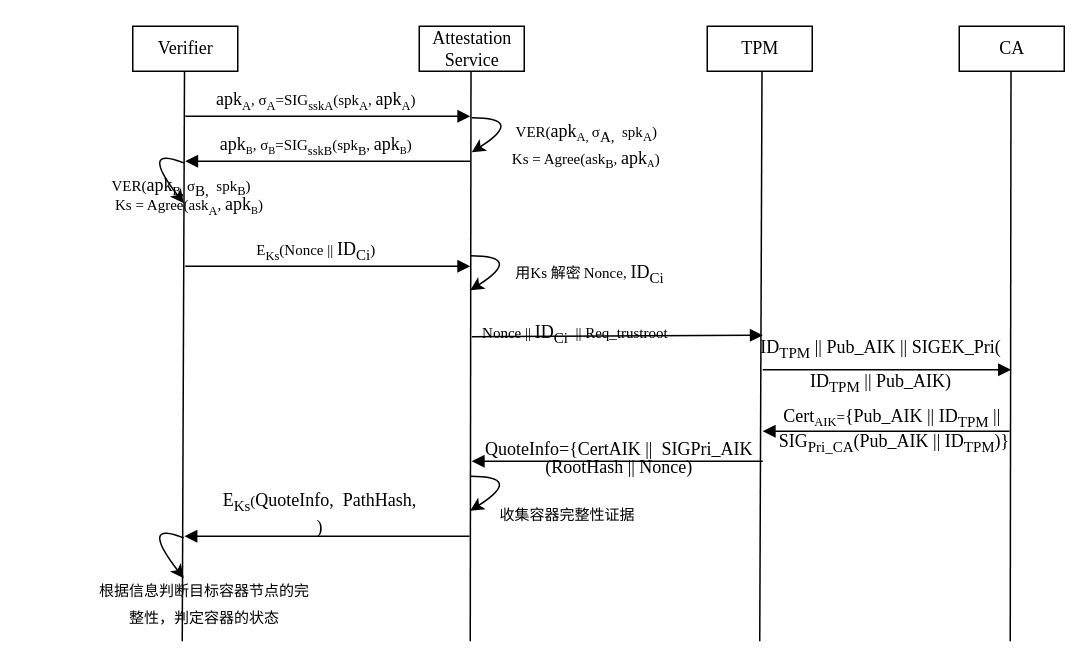
The draw.io diagram remote attestation Diagram.drawio in dessertss/Scytale, before the edit. Source tidied: cells renumbered, new cells numbered last; positions are measured from the earlier drawing's top-left corner, leaving out a move shared by most shapes. Both pictures are drawn from the tidied source at 150%, with x=0, y=0 at pixel (24, 26).
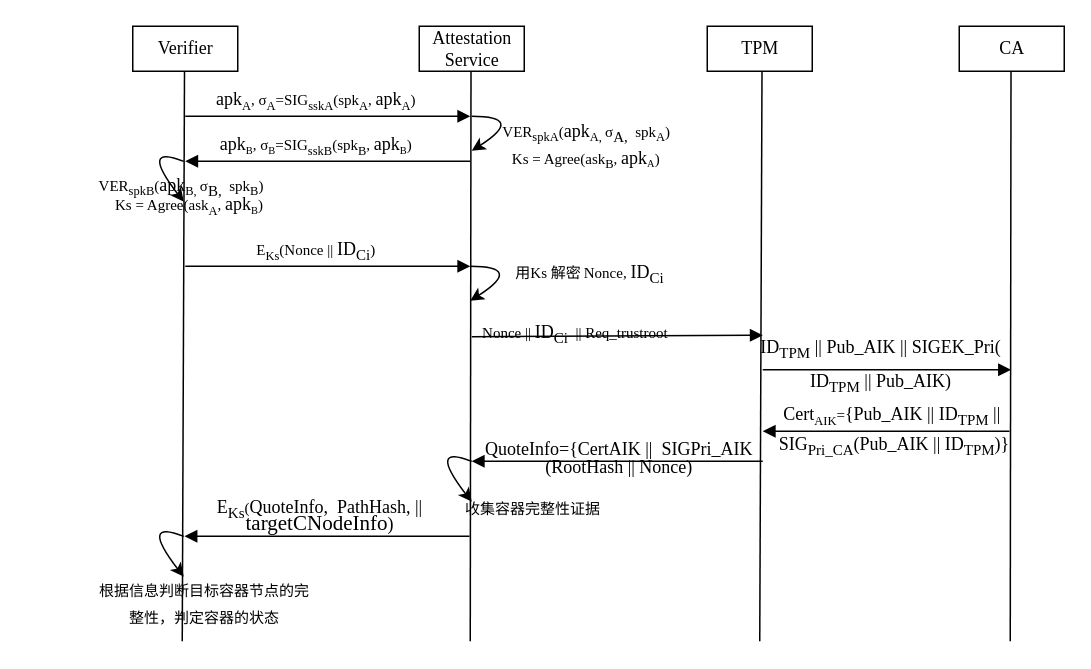
The same page after the edit.

The edit, as a diff of the source:
```diff
@@
     <mxCell id="4" style="curved=1;endArrow=classic;html=1;rounded=0;fontColor=default;exitX=0.5;exitY=0.607;exitDx=0;exitDy=0;exitPerimeter=0;strokeColor=default;labelBackgroundColor=default;" parent="1" edge="1">
       <mxGeometry relative="1" as="geometry">
-        <mxPoint x="106" y="91.1" as="sourcePoint" />
-        <mxPoint x="106" y="118" as="targetPoint" />
+        <mxPoint x="106" y="90.1" as="sourcePoint" />
+        <mxPoint x="106" y="117" as="targetPoint" />
         <Array as="points">
-          <mxPoint x="76" y="79" />
+          <mxPoint x="76" y="78" />
         </Array>
       </mxGeometry>
     </mxCell>
@@
     <mxCell id="15" style="curved=1;endArrow=classic;html=1;rounded=0;fontColor=default;strokeColor=default;labelBackgroundColor=default;entryX=0.957;entryY=1;entryDx=0;entryDy=0;entryPerimeter=0;" parent="1" edge="1">
       <mxGeometry relative="1" as="geometry">
-        <mxPoint x="298" y="61" as="sourcePoint" />
-        <mxPoint x="298" y="84" as="targetPoint" />
+        <mxPoint x="298" y="60" as="sourcePoint" />
+        <mxPoint x="298" y="83" as="targetPoint" />
         <Array as="points">
-          <mxPoint x="334" y="61" />
+          <mxPoint x="334" y="60" />
         </Array>
       </mxGeometry>
     </mxCell>
-    <mxCell id="16" value="&lt;span style=&quot;font-size: 10px&quot;&gt;VER(&lt;/span&gt;apk&lt;span style=&quot;font-size: 10px&quot;&gt;&lt;sub&gt;B,&amp;nbsp;&lt;/sub&gt;&lt;/span&gt;&lt;span style=&quot;font-size: 10px&quot;&gt;σ&lt;/span&gt;&lt;sub&gt;B,&amp;nbsp;&amp;nbsp;&lt;/sub&gt;&lt;span style=&quot;font-size: 10px&quot;&gt;spk&lt;sub&gt;B&lt;/sub&gt;&lt;/span&gt;&lt;span style=&quot;font-size: 10px&quot;&gt;)&lt;/span&gt;&lt;span style=&quot;font-size: 8px&quot;&gt;&lt;sub&gt;&amp;nbsp;&lt;/sub&gt;&lt;/span&gt;&lt;sub&gt;&lt;span style=&quot;font-size: 8px&quot;&gt;&lt;br&gt;&lt;/span&gt;&lt;/sub&gt;" style="rounded=0;whiteSpace=wrap;html=1;fontFamily=Times New Roman;fontColor=default;strokeColor=none;fillColor=none;" parent="1" vertex="1">
+    <mxCell id="16" value="&lt;span style=&quot;font-size: 10px&quot;&gt;VER&lt;sub&gt;spkB&lt;/sub&gt;(&lt;/span&gt;apk&lt;span style=&quot;font-size: 10px&quot;&gt;&lt;sub&gt;B,&amp;nbsp;&lt;/sub&gt;&lt;/span&gt;&lt;span style=&quot;font-size: 10px&quot;&gt;σ&lt;/span&gt;&lt;sub&gt;B,&amp;nbsp;&amp;nbsp;&lt;/sub&gt;&lt;span style=&quot;font-size: 10px&quot;&gt;spk&lt;sub&gt;B&lt;/sub&gt;&lt;/span&gt;&lt;span style=&quot;font-size: 10px&quot;&gt;)&lt;/span&gt;&lt;span style=&quot;font-size: 8px&quot;&gt;&lt;sub&gt;&amp;nbsp;&lt;/sub&gt;&lt;/span&gt;&lt;sub&gt;&lt;span style=&quot;font-size: 8px&quot;&gt;&lt;br&gt;&lt;/span&gt;&lt;/sub&gt;" style="rounded=0;whiteSpace=wrap;html=1;fontFamily=Times New Roman;fontColor=default;strokeColor=none;fillColor=none;" parent="1" vertex="1">
       <mxGeometry x="0.5" y="97" width="209" height="20" as="geometry" />
     </mxCell>
@@
-    <mxCell id="18" value="&lt;span style=&quot;font-size: 10px&quot;&gt;VER(&lt;/span&gt;apk&lt;span style=&quot;font-size: 10px&quot;&gt;&lt;sub&gt;A,&amp;nbsp;&lt;/sub&gt;&lt;/span&gt;&lt;span style=&quot;font-size: 10px&quot;&gt;σ&lt;/span&gt;&lt;sub&gt;A,&amp;nbsp;&amp;nbsp;&lt;/sub&gt;&lt;span style=&quot;font-size: 10px&quot;&gt;spk&lt;sub&gt;A&lt;/sub&gt;&lt;/span&gt;&lt;span style=&quot;font-size: 10px&quot;&gt;)&lt;/span&gt;&lt;span style=&quot;font-size: 8px&quot;&gt;&lt;sub&gt;&amp;nbsp;&amp;nbsp;&lt;br&gt;&lt;/sub&gt;&lt;/span&gt;&lt;span style=&quot;font-size: 10px&quot;&gt;Ks = Agree(ask&lt;sub&gt;B&lt;/sub&gt;&lt;/span&gt;&lt;span style=&quot;font-size: 10px&quot;&gt;,&amp;nbsp;&lt;/span&gt;apk&lt;span style=&quot;font-size: 8.33333px&quot;&gt;&lt;sub&gt;A&lt;/sub&gt;&lt;/span&gt;&lt;span style=&quot;font-size: 10px&quot;&gt;)&lt;/span&gt;&lt;sub&gt;&lt;span style=&quot;font-size: 8px&quot;&gt;&amp;nbsp;&amp;nbsp;&lt;/span&gt;&lt;/sub&gt;&lt;sub&gt;&lt;span style=&quot;font-size: 8px&quot;&gt;&lt;br&gt;&lt;/span&gt;&lt;/sub&gt;" style="rounded=0;whiteSpace=wrap;html=1;fontFamily=Times New Roman;fontColor=default;strokeColor=none;fillColor=none;" parent="1" vertex="1">
+    <mxCell id="18" value="&lt;span style=&quot;font-size: 10px&quot;&gt;VER&lt;sub&gt;spkA&lt;/sub&gt;(&lt;/span&gt;apk&lt;span style=&quot;font-size: 10px&quot;&gt;&lt;sub&gt;A,&amp;nbsp;&lt;/sub&gt;&lt;/span&gt;&lt;span style=&quot;font-size: 10px&quot;&gt;σ&lt;/span&gt;&lt;sub&gt;A,&amp;nbsp;&amp;nbsp;&lt;/sub&gt;&lt;span style=&quot;font-size: 10px&quot;&gt;spk&lt;sub&gt;A&lt;/sub&gt;&lt;/span&gt;&lt;span style=&quot;font-size: 10px&quot;&gt;)&lt;/span&gt;&lt;span style=&quot;font-size: 8px&quot;&gt;&lt;sub&gt;&amp;nbsp;&amp;nbsp;&lt;br&gt;&lt;/sub&gt;&lt;/span&gt;&lt;span style=&quot;font-size: 10px&quot;&gt;Ks = Agree(ask&lt;sub&gt;B&lt;/sub&gt;&lt;/span&gt;&lt;span style=&quot;font-size: 10px&quot;&gt;,&amp;nbsp;&lt;/span&gt;apk&lt;span style=&quot;font-size: 8.33333px&quot;&gt;&lt;sub&gt;A&lt;/sub&gt;&lt;/span&gt;&lt;span style=&quot;font-size: 10px&quot;&gt;)&lt;/span&gt;&lt;sub&gt;&lt;span style=&quot;font-size: 8px&quot;&gt;&amp;nbsp;&amp;nbsp;&lt;/span&gt;&lt;/sub&gt;&lt;sub&gt;&lt;span style=&quot;font-size: 8px&quot;&gt;&lt;br&gt;&lt;/span&gt;&lt;/sub&gt;" style="rounded=0;whiteSpace=wrap;html=1;fontFamily=Times New Roman;fontColor=default;strokeColor=none;fillColor=none;" parent="1" vertex="1">
       <mxGeometry x="272" y="70" width="209" height="20" as="geometry" />
     </mxCell>
@@
     <mxCell id="22" style="curved=1;endArrow=classic;html=1;rounded=0;fontColor=default;strokeColor=default;labelBackgroundColor=default;entryX=0.957;entryY=1;entryDx=0;entryDy=0;entryPerimeter=0;" parent="1" edge="1">
       <mxGeometry relative="1" as="geometry">
-        <mxPoint x="297" y="153" as="sourcePoint" />
-        <mxPoint x="297" y="176" as="targetPoint" />
+        <mxPoint x="297" y="160" as="sourcePoint" />
+        <mxPoint x="297" y="183" as="targetPoint" />
         <Array as="points">
-          <mxPoint x="333" y="153" />
+          <mxPoint x="333" y="160" />
         </Array>
       </mxGeometry>
     </mxCell>
@@
-    <mxCell id="28" value="&lt;p class=&quot;MsoNormal&quot; style=&quot;line-height: 0&quot;&gt;Cert&lt;span style=&quot;font-size: 10px&quot;&gt;&lt;sub&gt;AIK&lt;/sub&gt;=&lt;/span&gt;&lt;font style=&quot;font-size: 12px&quot;&gt;{Pub_AIK || ID&lt;sub&gt;TPM&lt;/sub&gt; ||&amp;nbsp;&lt;/font&gt;&lt;/p&gt;&lt;p class=&quot;MsoNormal&quot; style=&quot;line-height: 0&quot;&gt;&lt;font style=&quot;font-size: 12px&quot;&gt;SIG&lt;sub&gt;Pri_CA&lt;/sub&gt;(Pub_AIK || ID&lt;sub&gt;TPM&lt;/sub&gt;)}&lt;/font&gt;&lt;/p&gt;" style="rounded=0;whiteSpace=wrap;html=1;fontFamily=Times New Roman;fontColor=default;strokeColor=none;fillColor=none;" parent="1" vertex="1">
-      <mxGeometry x="492" y="255" width="176" height="30" as="geometry" />
+    <mxCell id="28" value="&lt;p class=&quot;MsoNormal&quot; style=&quot;line-height: 0.9&quot;&gt;Cert&lt;span style=&quot;font-size: 10px&quot;&gt;&lt;sub&gt;AIK&lt;/sub&gt;=&lt;/span&gt;&lt;font style=&quot;font-size: 12px&quot;&gt;{Pub_AIK || ID&lt;sub&gt;TPM&lt;/sub&gt; ||&amp;nbsp;&lt;/font&gt;&lt;/p&gt;&lt;p class=&quot;MsoNormal&quot; style=&quot;line-height: 0&quot;&gt;&lt;font style=&quot;font-size: 12px&quot;&gt;SIG&lt;sub&gt;Pri_CA&lt;/sub&gt;(Pub_AIK || ID&lt;sub&gt;TPM&lt;/sub&gt;)}&lt;/font&gt;&lt;/p&gt;" style="rounded=0;whiteSpace=wrap;html=1;fontFamily=Times New Roman;fontColor=default;strokeColor=none;fillColor=none;" parent="1" vertex="1">
+      <mxGeometry x="492" y="253" width="176" height="30" as="geometry" />
     </mxCell>
@@
-    <mxCell id="31" style="curved=1;endArrow=classic;html=1;rounded=0;fontColor=default;strokeColor=default;labelBackgroundColor=default;entryX=0.957;entryY=1;entryDx=0;entryDy=0;entryPerimeter=0;" parent="1" edge="1">
-      <mxGeometry relative="1" as="geometry">
-        <mxPoint x="297" y="300" as="sourcePoint" />
-        <mxPoint x="297" y="323" as="targetPoint" />
-        <Array as="points">
-          <mxPoint x="333" y="300" />
-        </Array>
-      </mxGeometry>
-    </mxCell>
@@
     <mxCell id="33" value="&lt;sub&gt;&lt;font face=&quot;Garamond&quot;&gt;收集容器完整性证据&lt;/font&gt;&lt;br&gt;&lt;/sub&gt;" style="rounded=0;whiteSpace=wrap;html=1;fontFamily=Times New Roman;fontColor=default;strokeColor=none;fillColor=none;" parent="1" vertex="1">
-      <mxGeometry x="272" y="318" width="180" height="10" as="geometry" />
+      <mxGeometry x="249" y="314" width="180" height="10" as="geometry" />
     </mxCell>
-    <mxCell id="34" value="E&lt;sub&gt;Ks&lt;/sub&gt;&lt;span style=&quot;font-size: 10px&quot;&gt;(&lt;/span&gt;QuoteInfo,&amp;nbsp; PathHash, &lt;br&gt;)&lt;sub&gt;&lt;br&gt;&lt;/sub&gt;" style="rounded=0;whiteSpace=wrap;html=1;fontFamily=Times New Roman;fontColor=default;strokeColor=none;fillColor=none;" parent="1" vertex="1">
-      <mxGeometry x="107" y="321" width="180" height="10" as="geometry" />
+    <mxCell id="34" value="&lt;p style=&quot;line-height: 0.6&quot;&gt;E&lt;sub&gt;Ks&lt;/sub&gt;&lt;span style=&quot;font-size: 10px&quot;&gt;(&lt;/span&gt;QuoteInfo,&amp;nbsp; PathHash, ||&lt;br&gt;&lt;span style=&quot;font-size: 10.5pt&quot;&gt;targetCNodeInfo&lt;/span&gt;)&lt;sub&gt;&lt;br&gt;&lt;/sub&gt;&lt;/p&gt;" style="rounded=0;whiteSpace=wrap;html=1;fontFamily=Times New Roman;fontColor=default;strokeColor=none;fillColor=none;" parent="1" vertex="1">
+      <mxGeometry x="107" y="323" width="180" height="10" as="geometry" />
     </mxCell>
     <mxCell id="35" style="curved=1;endArrow=classic;html=1;rounded=0;fontColor=default;exitX=0.5;exitY=0.607;exitDx=0;exitDy=0;exitPerimeter=0;strokeColor=default;labelBackgroundColor=default;" parent="1" edge="1">
       <mxGeometry relative="1" as="geometry">
-        <mxPoint x="106" y="341.1" as="sourcePoint" />
-        <mxPoint x="106" y="368" as="targetPoint" />
+        <mxPoint x="106" y="340.1" as="sourcePoint" />
+        <mxPoint x="106" y="367" as="targetPoint" />
         <Array as="points">
-          <mxPoint x="76" y="329" />
+          <mxPoint x="76" y="328" />
         </Array>
       </mxGeometry>
     </mxCell>
@@
+    <mxCell id="37" style="curved=1;endArrow=classic;html=1;rounded=0;fontColor=default;exitX=0.5;exitY=0.607;exitDx=0;exitDy=0;exitPerimeter=0;strokeColor=default;labelBackgroundColor=default;" parent="1" edge="1">
+      <mxGeometry relative="1" as="geometry">
+        <mxPoint x="298" y="290.1" as="sourcePoint" />
+        <mxPoint x="298" y="317" as="targetPoint" />
+        <Array as="points">
+          <mxPoint x="268" y="278" />
+        </Array>
+      </mxGeometry>
+    </mxCell>
```
